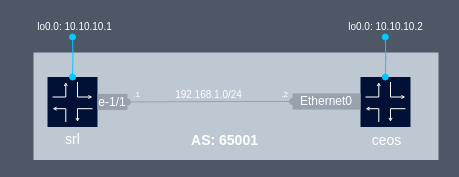
Earlier version of the draw.io diagram page "[1] bgp" (2 of 3) of srlsonic01.drawio (srl-labs/containerlab). Source tidied: cells renumbered, new cells numbered last; positions are measured from the earlier drawing's top-left corner, leaving out a move shared by most shapes. Both pictures are drawn from the tidied source at 100%, with x=0, y=0 at pixel (17, 17).
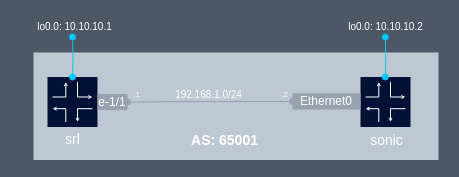
After the change.

Change to the diagram source:
```diff
@@
-    <mxCell id="19" value="&lt;font&gt;ceos&lt;/font&gt;" style="text;html=1;align=center;verticalAlign=middle;fontSize=14;fontFamily=Manrope;fontStyle=0;fontColor=#FFFFFF;" parent="1" vertex="1">
-      <mxGeometry x="347.5" y="111.5" width="42" height="22" as="geometry" />
+    <mxCell id="19" value="&lt;font&gt;sonic&lt;/font&gt;" style="text;html=1;align=center;verticalAlign=middle;fontSize=14;fontFamily=Manrope;fontStyle=0;fontColor=#FFFFFF;" parent="1" vertex="1">
+      <mxGeometry x="345.5" y="111.5" width="46" height="22" as="geometry" />
     </mxCell>
```
